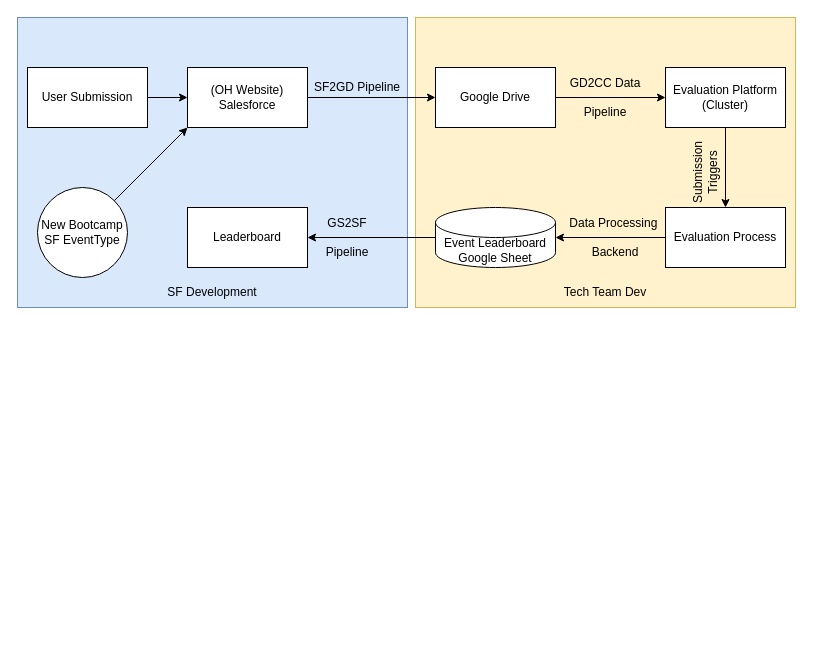
boi-doingthings/congenial-octo-lamp keeps this draw.io diagram as SF_struct.drawio. Above is the earlier version. Source tidied: cells renumbered, new cells numbered last; positions are measured from the earlier drawing's top-left corner, leaving out a move shared by most shapes. Both pictures are drawn from the tidied source at 100%, with x=0, y=0 at pixel (17, 17).
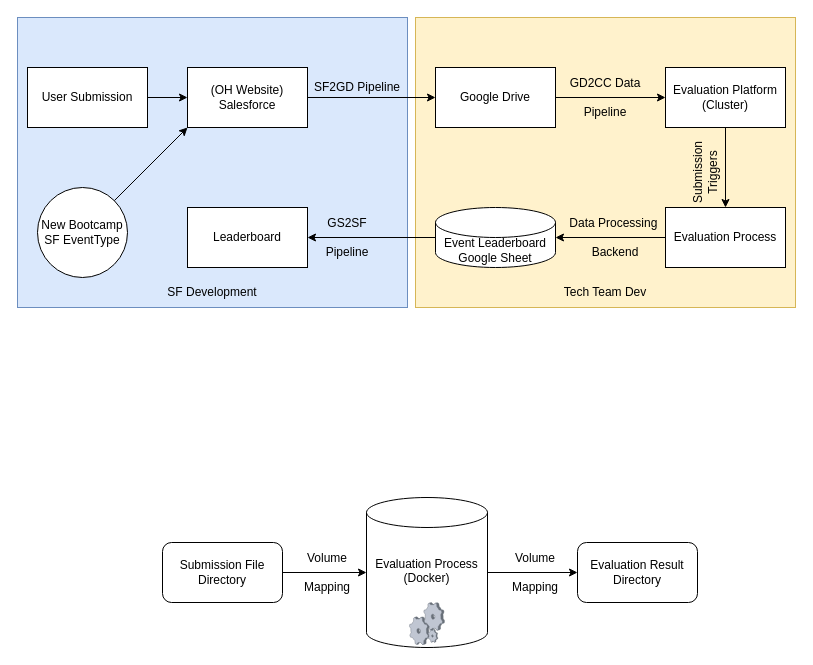
Above is the later version.

Change to the diagram source:
```diff
@@
+    <mxCell id="26" style="edgeStyle=orthogonalEdgeStyle;rounded=0;jettySize=auto;html=1;" parent="1" edge="1" source="27" target="31">
+      <mxGeometry relative="1" as="geometry" />
+    </mxCell>
+    <mxCell id="27" value="&lt;div&gt;Evaluation Process&lt;/div&gt;(Docker)&lt;div&gt;&lt;br&gt;&lt;/div&gt;&lt;div&gt;&lt;br&gt;&lt;/div&gt;" style="shape=cylinder3;whiteSpace=wrap;html=1;boundedLbl=1;backgroundOutline=1;size=15;" parent="1" vertex="1">
+      <mxGeometry x="349" y="480" width="121" height="150" as="geometry" />
+    </mxCell>
+    <mxCell id="28" style="edgeStyle=orthogonalEdgeStyle;rounded=0;jettySize=auto;html=1;" parent="1" edge="1" source="29" target="27">
+      <mxGeometry relative="1" as="geometry" />
+    </mxCell>
+    <mxCell id="29" value="Submission File Directory" style="rounded=1;whiteSpace=wrap;html=1;" parent="1" vertex="1">
+      <mxGeometry x="145" y="525" width="120" height="60" as="geometry" />
+    </mxCell>
+    <mxCell id="30" value="Volume&lt;div&gt;&amp;nbsp;&lt;/div&gt;&lt;div&gt;Mapping&lt;/div&gt;" style="text;html=1;align=center;verticalAlign=middle;whiteSpace=wrap;rounded=0;" parent="1" vertex="1">
+      <mxGeometry x="280" y="540" width="60" height="30" as="geometry" />
+    </mxCell>
+    <mxCell id="31" value="Evaluation Result&lt;div&gt;Directory&lt;/div&gt;" style="rounded=1;whiteSpace=wrap;html=1;" parent="1" vertex="1">
+      <mxGeometry x="560" y="525" width="120" height="60" as="geometry" />
+    </mxCell>
+    <mxCell id="32" value="Volume&lt;div&gt;&amp;nbsp;&lt;/div&gt;&lt;div&gt;Mapping&lt;/div&gt;" style="text;html=1;align=center;verticalAlign=middle;whiteSpace=wrap;rounded=0;" parent="1" vertex="1">
+      <mxGeometry x="488" y="540" width="60" height="30" as="geometry" />
+    </mxCell>
+    <mxCell id="33" style="verticalLabelPosition=bottom;sketch=0;html=1;verticalAlign=top;strokeColor=none;align=center;shape=mxgraph.citrix.process;" parent="1" vertex="1">
+      <mxGeometry x="391.9" y="585" width="35.2" height="42" as="geometry" />
+    </mxCell>
```
